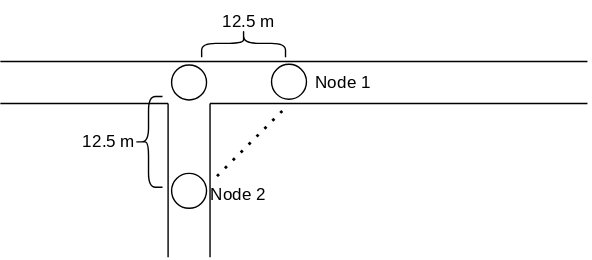
This is Figures/technicalAnalysis/propagation/dirtPropCross.svg from Mikkelnn/ES8-Project, a draw.io export, as it was before one commit. Source tidied: cells renumbered, new cells last; positions are measured from the earlier drawing's top-left corner, leaving out a move shared by most shapes. The source it was exported from:
```xml
<mxGraphModel>
  <root>
    <mxCell id="0" />
    <mxCell id="1" parent="0" />
    <mxCell id="2" style="ellipse;whiteSpace=wrap;html=1;fontFamily=modern;fontSource=https%3A%2F%2Fsourceforge.net%2Fprojects%2Fcm-unicode%2F;" parent="1" vertex="1">
      <mxGeometry x="122.5" y="46.5" width="25" height="25" as="geometry" />
    </mxCell>
    <mxCell id="3" style="ellipse;whiteSpace=wrap;html=1;fontFamily=modern;fontSource=https%3A%2F%2Fsourceforge.net%2Fprojects%2Fcm-unicode%2F;" parent="1" vertex="1">
      <mxGeometry x="194" y="46" width="25" height="25" as="geometry" />
    </mxCell>
    <mxCell id="4" style="ellipse;whiteSpace=wrap;html=1;fontFamily=modern;fontSource=https%3A%2F%2Fsourceforge.net%2Fprojects%2Fcm-unicode%2F;" parent="1" vertex="1">
      <mxGeometry x="122.5" y="124" width="25" height="25" as="geometry" />
    </mxCell>
    <mxCell id="5" style="endArrow=none;html=1;rounded=0;fontFamily=modern;fontSource=https%3A%2F%2Fsourceforge.net%2Fprojects%2Fcm-unicode%2F;" parent="1" edge="1">
      <mxGeometry relative="1" as="geometry">
        <mxPoint y="44" as="sourcePoint" />
        <mxPoint x="420" y="44" as="targetPoint" />
      </mxGeometry>
    </mxCell>
    <mxCell id="6" style="endArrow=none;html=1;rounded=0;fontFamily=modern;fontSource=https%3A%2F%2Fsourceforge.net%2Fprojects%2Fcm-unicode%2F;" parent="1" edge="1">
      <mxGeometry relative="1" as="geometry">
        <mxPoint x="150" y="74" as="sourcePoint" />
        <mxPoint x="420" y="74" as="targetPoint" />
      </mxGeometry>
    </mxCell>
    <mxCell id="7" style="endArrow=none;html=1;rounded=0;fontFamily=modern;fontSource=https%3A%2F%2Fsourceforge.net%2Fprojects%2Fcm-unicode%2F;" parent="1" edge="1">
      <mxGeometry relative="1" as="geometry">
        <mxPoint x="150" y="184" as="sourcePoint" />
        <mxPoint x="150" y="74" as="targetPoint" />
      </mxGeometry>
    </mxCell>
    <mxCell id="8" style="endArrow=none;html=1;rounded=0;fontFamily=modern;fontSource=https%3A%2F%2Fsourceforge.net%2Fprojects%2Fcm-unicode%2F;" parent="1" edge="1">
      <mxGeometry relative="1" as="geometry">
        <mxPoint x="120" y="184" as="sourcePoint" />
        <mxPoint x="120" y="74" as="targetPoint" />
      </mxGeometry>
    </mxCell>
    <mxCell id="9" style="endArrow=none;html=1;rounded=0;fontFamily=modern;fontSource=https%3A%2F%2Fsourceforge.net%2Fprojects%2Fcm-unicode%2F;" parent="1" edge="1">
      <mxGeometry relative="1" as="geometry">
        <mxPoint y="74" as="sourcePoint" />
        <mxPoint x="120" y="74" as="targetPoint" />
      </mxGeometry>
    </mxCell>
    <mxCell id="10" style="endArrow=none;dashed=1;html=1;dashPattern=1 3;strokeWidth=2;rounded=0;fontFamily=modern;fontSource=https%3A%2F%2Fsourceforge.net%2Fprojects%2Fcm-unicode%2F;" parent="1" edge="1">
      <mxGeometry relative="1" as="geometry">
        <mxPoint x="155" y="126" as="sourcePoint" />
        <mxPoint x="205" y="76" as="targetPoint" />
      </mxGeometry>
    </mxCell>
    <mxCell id="11" value="Node 1" style="text;html=1;whiteSpace=wrap;strokeColor=none;fillColor=none;align=center;verticalAlign=middle;rounded=0;fontFamily=modern;fontSource=https%3A%2F%2Fsourceforge.net%2Fprojects%2Fcm-unicode%2F;" parent="1" vertex="1">
      <mxGeometry x="215" y="44" width="60" height="30" as="geometry" />
    </mxCell>
    <mxCell id="12" value="Node 2" style="text;html=1;whiteSpace=wrap;strokeColor=none;fillColor=none;align=center;verticalAlign=middle;rounded=0;fontFamily=modern;fontSource=https%3A%2F%2Fsourceforge.net%2Fprojects%2Fcm-unicode%2F;" parent="1" vertex="1">
      <mxGeometry x="140" y="124" width="60" height="30" as="geometry" />
    </mxCell>
    <mxCell id="13" style="shape=curlyBracket;whiteSpace=wrap;html=1;rounded=1;labelPosition=left;verticalLabelPosition=middle;align=right;verticalAlign=middle;fontFamily=modern;fontSource=https%3A%2F%2Fsourceforge.net%2Fprojects%2Fcm-unicode%2F;" parent="1" vertex="1">
      <mxGeometry x="96" y="69" width="20" height="65" as="geometry" />
    </mxCell>
    <mxCell id="14" value="12.5 m" style="text;html=1;whiteSpace=wrap;strokeColor=none;fillColor=none;align=center;verticalAlign=middle;rounded=0;fontFamily=modern;fontSource=https%3A%2F%2Fsourceforge.net%2Fprojects%2Fcm-unicode%2F;" parent="1" vertex="1">
      <mxGeometry x="47" y="86" width="60" height="30" as="geometry" />
    </mxCell>
    <mxCell id="15" value="12.5 m" style="text;html=1;whiteSpace=wrap;strokeColor=none;fillColor=none;align=center;verticalAlign=middle;rounded=0;fontFamily=modern;fontSource=https%3A%2F%2Fsourceforge.net%2Fprojects%2Fcm-unicode%2F;" parent="1" vertex="1">
      <mxGeometry x="147" width="60" height="30" as="geometry" />
    </mxCell>
    <mxCell id="16" style="shape=curlyBracket;whiteSpace=wrap;html=1;rounded=1;labelPosition=left;verticalLabelPosition=middle;align=right;verticalAlign=middle;rotation=90;fontFamily=modern;fontSource=https%3A%2F%2Fsourceforge.net%2Fprojects%2Fcm-unicode%2F;" parent="1" vertex="1">
      <mxGeometry x="164" y="1" width="20" height="60" as="geometry" />
    </mxCell>
  </root>
</mxGraphModel>
```
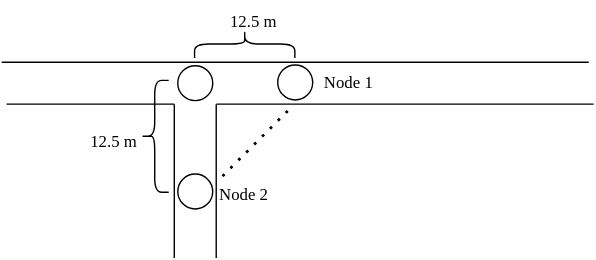
Later version of the same file.

Change to the diagram source:
```diff
@@ -2,68 +2,68 @@
   <root>
     <mxCell id="0" />
     <mxCell id="1" parent="0" />
-    <mxCell id="2" style="ellipse;whiteSpace=wrap;html=1;fontFamily=modern;fontSource=https%3A%2F%2Fsourceforge.net%2Fprojects%2Fcm-unicode%2F;" parent="1" vertex="1">
+    <mxCell id="2" style="ellipse;whiteSpace=wrap;html=1;fontFamily=Project Font;" parent="1" vertex="1">
       <mxGeometry x="122.5" y="46.5" width="25" height="25" as="geometry" />
     </mxCell>
-    <mxCell id="3" style="ellipse;whiteSpace=wrap;html=1;fontFamily=modern;fontSource=https%3A%2F%2Fsourceforge.net%2Fprojects%2Fcm-unicode%2F;" parent="1" vertex="1">
+    <mxCell id="3" style="ellipse;whiteSpace=wrap;html=1;fontFamily=Project Font;" parent="1" vertex="1">
       <mxGeometry x="194" y="46" width="25" height="25" as="geometry" />
     </mxCell>
-    <mxCell id="4" style="ellipse;whiteSpace=wrap;html=1;fontFamily=modern;fontSource=https%3A%2F%2Fsourceforge.net%2Fprojects%2Fcm-unicode%2F;" parent="1" vertex="1">
+    <mxCell id="4" style="ellipse;whiteSpace=wrap;html=1;fontFamily=Project Font;" parent="1" vertex="1">
       <mxGeometry x="122.5" y="124" width="25" height="25" as="geometry" />
     </mxCell>
-    <mxCell id="5" style="endArrow=none;html=1;rounded=0;fontFamily=modern;fontSource=https%3A%2F%2Fsourceforge.net%2Fprojects%2Fcm-unicode%2F;" parent="1" edge="1">
+    <mxCell id="5" style="endArrow=none;html=1;rounded=0;fontFamily=Project Font;" parent="1" edge="1">
       <mxGeometry relative="1" as="geometry">
-        <mxPoint y="44" as="sourcePoint" />
-        <mxPoint x="420" y="44" as="targetPoint" />
+        <mxPoint x="-3.5" y="44" as="sourcePoint" />
+        <mxPoint x="416.5" y="44" as="targetPoint" />
       </mxGeometry>
     </mxCell>
-    <mxCell id="6" style="endArrow=none;html=1;rounded=0;fontFamily=modern;fontSource=https%3A%2F%2Fsourceforge.net%2Fprojects%2Fcm-unicode%2F;" parent="1" edge="1">
+    <mxCell id="6" style="endArrow=none;html=1;rounded=0;fontFamily=Project Font;" parent="1" edge="1">
       <mxGeometry relative="1" as="geometry">
         <mxPoint x="150" y="74" as="sourcePoint" />
         <mxPoint x="420" y="74" as="targetPoint" />
       </mxGeometry>
     </mxCell>
-    <mxCell id="7" style="endArrow=none;html=1;rounded=0;fontFamily=modern;fontSource=https%3A%2F%2Fsourceforge.net%2Fprojects%2Fcm-unicode%2F;" parent="1" edge="1">
+    <mxCell id="7" style="endArrow=none;html=1;rounded=0;fontFamily=Project Font;" parent="1" edge="1">
       <mxGeometry relative="1" as="geometry">
         <mxPoint x="150" y="184" as="sourcePoint" />
         <mxPoint x="150" y="74" as="targetPoint" />
       </mxGeometry>
     </mxCell>
-    <mxCell id="8" style="endArrow=none;html=1;rounded=0;fontFamily=modern;fontSource=https%3A%2F%2Fsourceforge.net%2Fprojects%2Fcm-unicode%2F;" parent="1" edge="1">
+    <mxCell id="8" style="endArrow=none;html=1;rounded=0;fontFamily=Project Font;" parent="1" edge="1">
       <mxGeometry relative="1" as="geometry">
         <mxPoint x="120" y="184" as="sourcePoint" />
         <mxPoint x="120" y="74" as="targetPoint" />
       </mxGeometry>
     </mxCell>
-    <mxCell id="9" style="endArrow=none;html=1;rounded=0;fontFamily=modern;fontSource=https%3A%2F%2Fsourceforge.net%2Fprojects%2Fcm-unicode%2F;" parent="1" edge="1">
+    <mxCell id="9" style="endArrow=none;html=1;rounded=0;fontFamily=Project Font;" parent="1" edge="1">
       <mxGeometry relative="1" as="geometry">
         <mxPoint y="74" as="sourcePoint" />
         <mxPoint x="120" y="74" as="targetPoint" />
       </mxGeometry>
     </mxCell>
-    <mxCell id="10" style="endArrow=none;dashed=1;html=1;dashPattern=1 3;strokeWidth=2;rounded=0;fontFamily=modern;fontSource=https%3A%2F%2Fsourceforge.net%2Fprojects%2Fcm-unicode%2F;" parent="1" edge="1">
+    <mxCell id="10" style="endArrow=none;dashed=1;html=1;dashPattern=1 3;strokeWidth=2;rounded=0;fontFamily=Project Font;" parent="1" edge="1">
       <mxGeometry relative="1" as="geometry">
         <mxPoint x="155" y="126" as="sourcePoint" />
         <mxPoint x="205" y="76" as="targetPoint" />
       </mxGeometry>
     </mxCell>
-    <mxCell id="11" value="Node 1" style="text;html=1;whiteSpace=wrap;strokeColor=none;fillColor=none;align=center;verticalAlign=middle;rounded=0;fontFamily=modern;fontSource=https%3A%2F%2Fsourceforge.net%2Fprojects%2Fcm-unicode%2F;" parent="1" vertex="1">
+    <mxCell id="11" value="Node 1" style="text;html=1;whiteSpace=wrap;strokeColor=none;fillColor=none;align=center;verticalAlign=middle;rounded=0;fontFamily=Project Font;" parent="1" vertex="1">
       <mxGeometry x="215" y="44" width="60" height="30" as="geometry" />
     </mxCell>
-    <mxCell id="12" value="Node 2" style="text;html=1;whiteSpace=wrap;strokeColor=none;fillColor=none;align=center;verticalAlign=middle;rounded=0;fontFamily=modern;fontSource=https%3A%2F%2Fsourceforge.net%2Fprojects%2Fcm-unicode%2F;" parent="1" vertex="1">
+    <mxCell id="12" value="Node 2" style="text;html=1;whiteSpace=wrap;strokeColor=none;fillColor=none;align=center;verticalAlign=middle;rounded=0;fontFamily=Project Font;" parent="1" vertex="1">
       <mxGeometry x="140" y="124" width="60" height="30" as="geometry" />
     </mxCell>
-    <mxCell id="13" style="shape=curlyBracket;whiteSpace=wrap;html=1;rounded=1;labelPosition=left;verticalLabelPosition=middle;align=right;verticalAlign=middle;fontFamily=modern;fontSource=https%3A%2F%2Fsourceforge.net%2Fprojects%2Fcm-unicode%2F;" parent="1" vertex="1">
-      <mxGeometry x="96" y="69" width="20" height="65" as="geometry" />
+    <mxCell id="13" style="shape=curlyBracket;whiteSpace=wrap;html=1;rounded=1;labelPosition=left;verticalLabelPosition=middle;align=right;verticalAlign=middle;fontFamily=Project Font;" parent="1" vertex="1">
+      <mxGeometry x="96" y="57" width="20" height="80" as="geometry" />
     </mxCell>
-    <mxCell id="14" value="12.5 m" style="text;html=1;whiteSpace=wrap;strokeColor=none;fillColor=none;align=center;verticalAlign=middle;rounded=0;fontFamily=modern;fontSource=https%3A%2F%2Fsourceforge.net%2Fprojects%2Fcm-unicode%2F;" parent="1" vertex="1">
+    <mxCell id="14" value="12.5 m" style="text;html=1;whiteSpace=wrap;strokeColor=none;fillColor=none;align=center;verticalAlign=middle;rounded=0;fontFamily=Project Font;" parent="1" vertex="1">
       <mxGeometry x="47" y="86" width="60" height="30" as="geometry" />
     </mxCell>
-    <mxCell id="15" value="12.5 m" style="text;html=1;whiteSpace=wrap;strokeColor=none;fillColor=none;align=center;verticalAlign=middle;rounded=0;fontFamily=modern;fontSource=https%3A%2F%2Fsourceforge.net%2Fprojects%2Fcm-unicode%2F;" parent="1" vertex="1">
+    <mxCell id="15" value="12.5 m" style="text;html=1;whiteSpace=wrap;strokeColor=none;fillColor=none;align=center;verticalAlign=middle;rounded=0;fontFamily=Project Font;" parent="1" vertex="1">
       <mxGeometry x="147" width="60" height="30" as="geometry" />
     </mxCell>
-    <mxCell id="16" style="shape=curlyBracket;whiteSpace=wrap;html=1;rounded=1;labelPosition=left;verticalLabelPosition=middle;align=right;verticalAlign=middle;rotation=90;fontFamily=modern;fontSource=https%3A%2F%2Fsourceforge.net%2Fprojects%2Fcm-unicode%2F;" parent="1" vertex="1">
-      <mxGeometry x="164" y="1" width="20" height="60" as="geometry" />
+    <mxCell id="16" style="shape=curlyBracket;whiteSpace=wrap;html=1;rounded=1;labelPosition=left;verticalLabelPosition=middle;align=right;verticalAlign=middle;rotation=90;fontFamily=Project Font;" parent="1" vertex="1">
+      <mxGeometry x="160.4" y="-4.9" width="20" height="71.8" as="geometry" />
     </mxCell>
   </root>
 </mxGraphModel>
```
